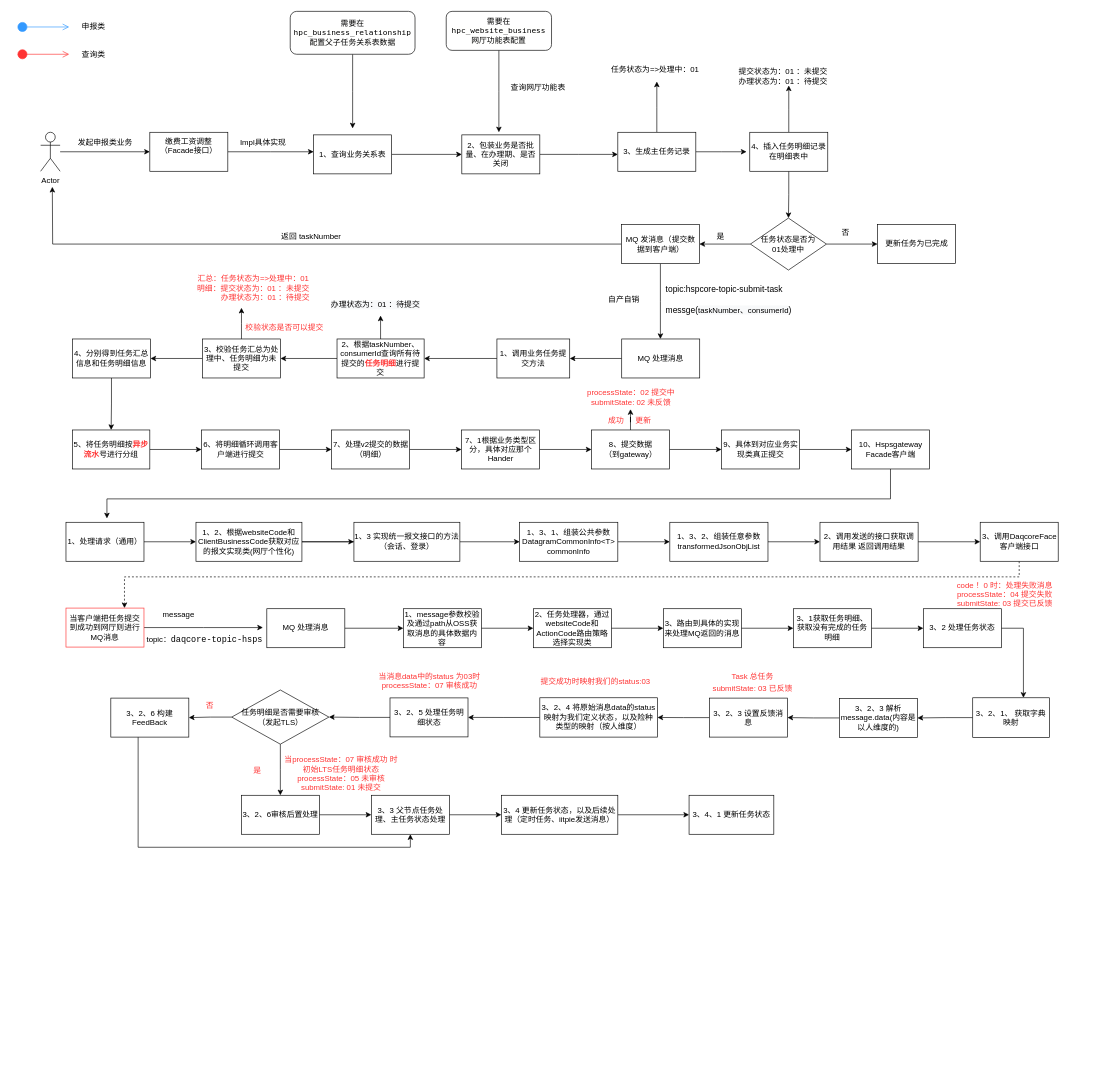
Earlier version of the draw.io diagram 人社底层详细解析流程图.drawio (YYB1024/myRemoteRepo). Source tidied: cells renumbered, new cells numbered last; positions are measured from the earlier drawing's top-left corner, leaving out a move shared by most shapes. Both pictures are drawn from the tidied source at 65%, with x=0, y=0 at pixel (17, 11).
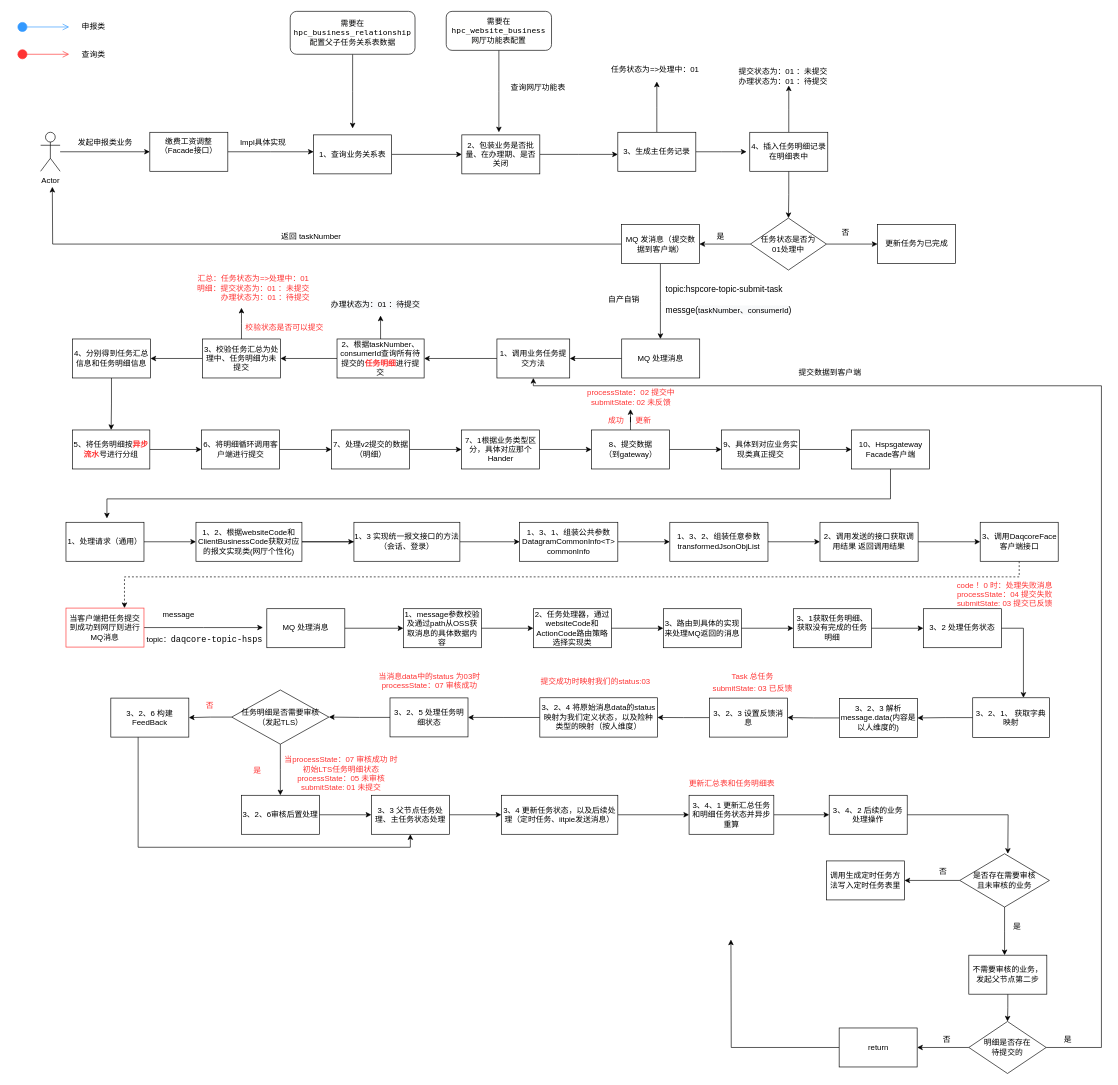
The same page after the edit.

Commit message:
更新人社底层详细解析流程图.drawio

Unchanged cells that the change refers to:
```xml
<mxCell id="43" value="1、调用业务任务提交方法" style="whiteSpace=wrap;html=1;rounded=0;" parent="1" vertex="1">
  <mxGeometry x="738" y="504" width="112" height="60" as="geometry" />
</mxCell>
```

Change to the diagram source:
```diff
@@
+    <mxCell id="135" style="edgeStyle=orthogonalEdgeStyle;rounded=0;jettySize=auto;html=1;" parent="1" edge="1" source="134" target="137">
+      <mxGeometry relative="1" as="geometry" />
+    </mxCell>
-    <mxCell id="134" value="3、4、1 更新任务状态" style="whiteSpace=wrap;html=1;rounded=0;" parent="1" vertex="1">
+    <mxCell id="134" value="3、4、1 更新汇总任务和明细任务状态并异步重算" style="whiteSpace=wrap;html=1;rounded=0;" parent="1" vertex="1">
       <mxGeometry x="1033.6" y="1206" width="130.4" height="60" as="geometry" />
     </mxCell>
+    <mxCell id="136" style="edgeStyle=orthogonalEdgeStyle;rounded=0;jettySize=auto;html=1;" parent="1" edge="1" source="137">
+      <mxGeometry relative="1" as="geometry">
+        <mxPoint x="1524" y="1296" as="targetPoint" />
+      </mxGeometry>
+    </mxCell>
+    <mxCell id="137" value="3、4、2 后续的业务处理操作" style="whiteSpace=wrap;html=1;rounded=0;" parent="1" vertex="1">
+      <mxGeometry x="1249.2" y="1206" width="120" height="60" as="geometry" />
+    </mxCell>
+    <mxCell id="138" style="edgeStyle=orthogonalEdgeStyle;rounded=0;jettySize=auto;html=1;entryX=1;entryY=0.5;entryDx=0;entryDy=0;" parent="1" edge="1" source="140" target="144">
+      <mxGeometry relative="1" as="geometry" />
+    </mxCell>
+    <mxCell id="139" style="edgeStyle=orthogonalEdgeStyle;rounded=0;jettySize=auto;html=1;" parent="1" edge="1" source="140">
+      <mxGeometry relative="1" as="geometry">
+        <mxPoint x="1519" y="1452" as="targetPoint" />
+      </mxGeometry>
+    </mxCell>
+    <mxCell id="140" value="是否存在需要审核&lt;br&gt;且未审核的业务" style="rhombus;whiteSpace=wrap;html=1;" parent="1" vertex="1">
+      <mxGeometry x="1450" y="1296" width="138" height="82" as="geometry" />
+    </mxCell>
+    <mxCell id="141" style="edgeStyle=orthogonalEdgeStyle;rounded=0;jettySize=auto;html=1;" parent="1" edge="1" source="142" target="148">
+      <mxGeometry relative="1" as="geometry" />
+    </mxCell>
+    <mxCell id="142" value="不需要审核的业务，发起父节点第二步" style="whiteSpace=wrap;html=1;" parent="1" vertex="1">
+      <mxGeometry x="1464" y="1452" width="120" height="60" as="geometry" />
+    </mxCell>
+    <mxCell id="143" value="否" style="text;html=1;align=center;verticalAlign=middle;strokeColor=none;fillColor=none;" parent="1" vertex="1">
+      <mxGeometry x="1409" y="1312" width="30" height="24" as="geometry" />
+    </mxCell>
+    <mxCell id="144" value="调用生成定时任务方法写入定时任务表里" style="whiteSpace=wrap;html=1;" parent="1" vertex="1">
+      <mxGeometry x="1245" y="1307" width="120" height="60" as="geometry" />
+    </mxCell>
+    <mxCell id="145" value="是" style="text;html=1;align=center;verticalAlign=middle;strokeColor=none;fillColor=none;" parent="1" vertex="1">
+      <mxGeometry x="1523" y="1396" width="30" height="24" as="geometry" />
+    </mxCell>
+    <mxCell id="146" style="edgeStyle=orthogonalEdgeStyle;rounded=0;jettySize=auto;html=1;" parent="1" edge="1" source="148" target="150">
+      <mxGeometry relative="1" as="geometry" />
+    </mxCell>
+    <mxCell id="147" style="edgeStyle=orthogonalEdgeStyle;rounded=0;jettySize=auto;html=1;" parent="1" edge="1" source="148" target="43">
+      <mxGeometry relative="1" as="geometry">
+        <Array as="points">
+          <mxPoint x="1668" y="1594" />
+          <mxPoint x="1668" y="576" />
+          <mxPoint x="794" y="576" />
+        </Array>
+      </mxGeometry>
+    </mxCell>
+    <mxCell id="148" value="明细是否存在&lt;br&gt;待提交的" style="rhombus;whiteSpace=wrap;html=1;" parent="1" vertex="1">
+      <mxGeometry x="1464" y="1554" width="119" height="80" as="geometry" />
+    </mxCell>
+    <mxCell id="149" style="edgeStyle=orthogonalEdgeStyle;rounded=0;jettySize=auto;html=1;" parent="1" edge="1" source="150">
+      <mxGeometry relative="1" as="geometry">
+        <mxPoint x="1098" y="1428" as="targetPoint" />
+      </mxGeometry>
+    </mxCell>
+    <mxCell id="150" value="return" style="whiteSpace=wrap;html=1;" parent="1" vertex="1">
+      <mxGeometry x="1264.5" y="1564" width="120" height="60" as="geometry" />
+    </mxCell>
+    <mxCell id="151" value="否" style="text;html=1;align=center;verticalAlign=middle;strokeColor=none;fillColor=none;" parent="1" vertex="1">
+      <mxGeometry x="1415" y="1570" width="30" height="24" as="geometry" />
+    </mxCell>
+    <mxCell id="152" value="是" style="text;html=1;align=center;verticalAlign=middle;strokeColor=none;fillColor=none;" parent="1" vertex="1">
+      <mxGeometry x="1601" y="1570" width="30" height="24" as="geometry" />
+    </mxCell>
+    <mxCell id="153" value="提交数据到客户端" style="text;html=1;align=center;verticalAlign=middle;strokeColor=none;fillColor=none;" parent="1" vertex="1">
+      <mxGeometry x="1193" y="544" width="114" height="24" as="geometry" />
+    </mxCell>
+    <mxCell id="154" value="&lt;font color=&quot;#ff3333&quot;&gt;更新汇总表和任务明细表&lt;/font&gt;" style="text;html=1;align=center;verticalAlign=middle;strokeColor=none;fillColor=none;" parent="1" vertex="1">
+      <mxGeometry x="1023.8" y="1176" width="150" height="24" as="geometry" />
+    </mxCell>
```
